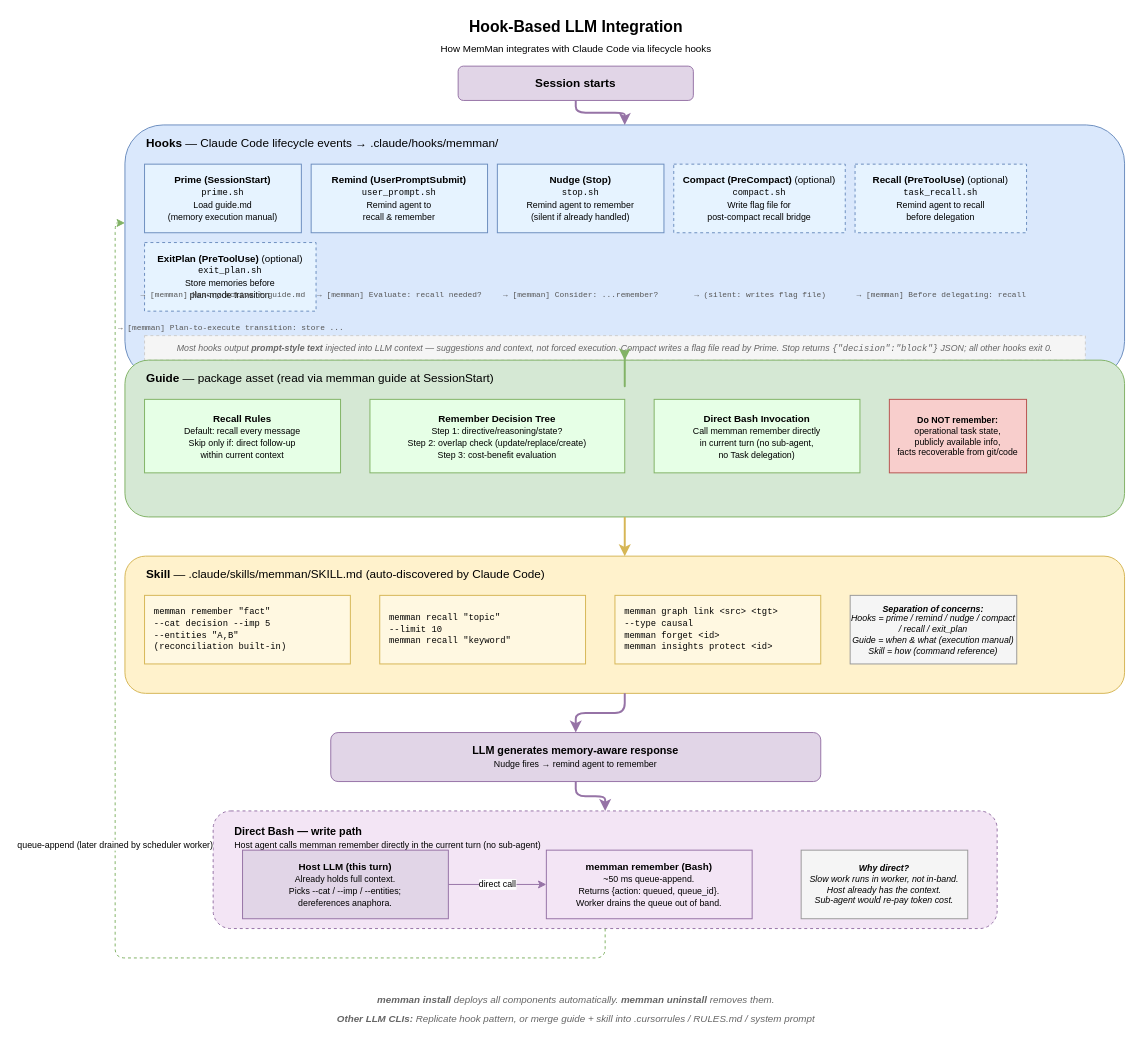
Earlier version of the draw.io diagram docs/diagrams/07-three-layer-integration.drawio (bissli/memman). Source tidied: cells renumbered, new cells numbered last; positions are measured from the earlier drawing's top-left corner, leaving out a move shared by most shapes. Both pictures are drawn from the tidied source at 98%, with x=0, y=0 at pixel (115, 17).
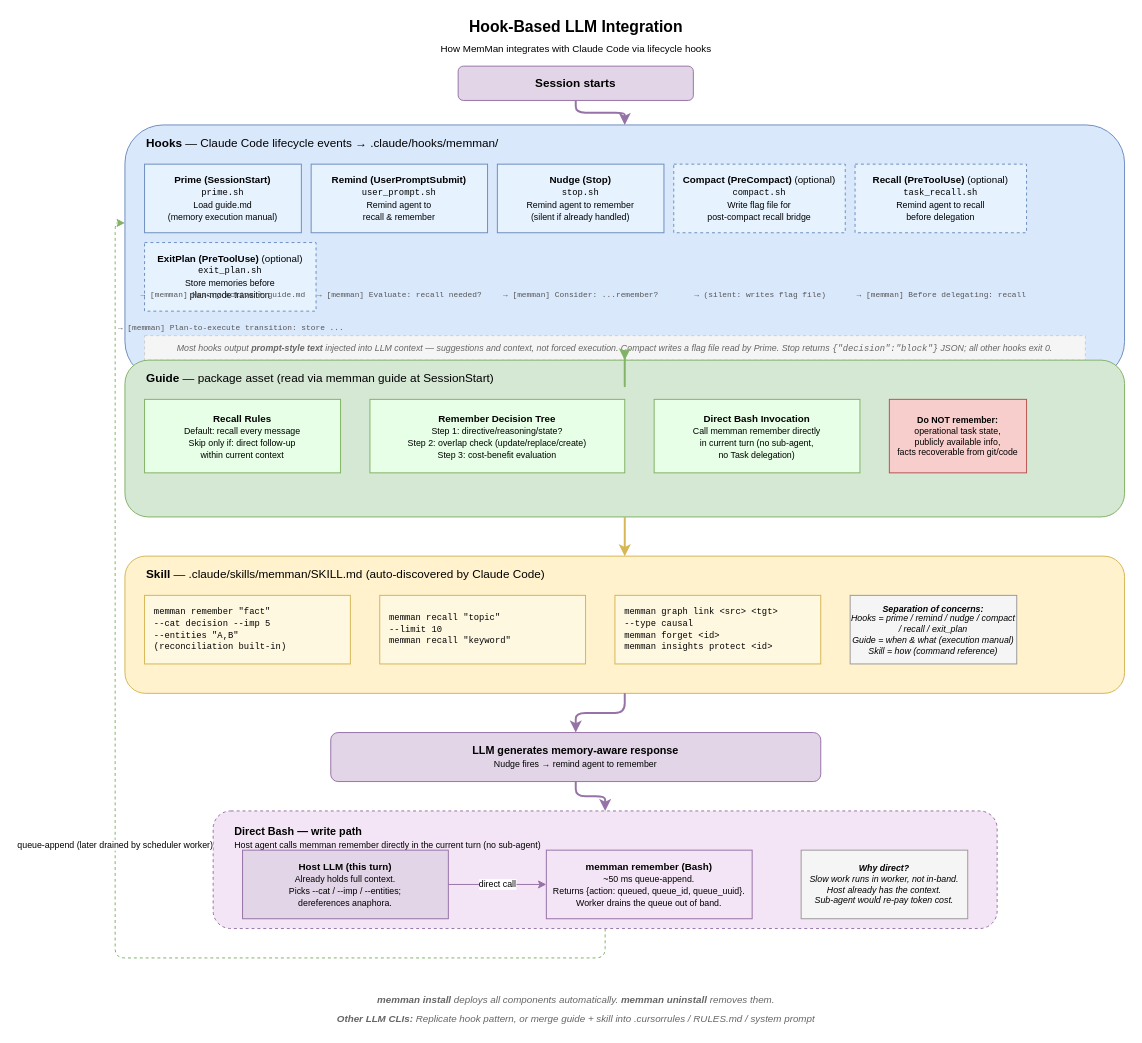
The same diagram, later.

Commit message (it also covers changes not shown here):
docs: record queue_uuid resolution and the --basic ignored-flag list

Diff of the diagram source:
```diff
@@
-    <mxCell id="39" value="&lt;b&gt;memman remember (Bash)&lt;/b&gt;&lt;br&gt;&lt;font style=&quot;font-size:9px&quot;&gt;~50 ms queue-append.&lt;br&gt;Returns {action: queued, queue_id}.&lt;br&gt;Worker drains the queue out of band.&lt;/font&gt;" style="rounded=0;whiteSpace=wrap;html=1;fillColor=#F3E5F5;strokeColor=#9673a6;fontSize=10;" parent="1" vertex="1">
+    <mxCell id="39" value="&lt;b&gt;memman remember (Bash)&lt;/b&gt;&lt;br&gt;&lt;font style=&quot;font-size:9px&quot;&gt;~50 ms queue-append.&lt;br&gt;Returns {action: queued, queue_id, queue_uuid}.&lt;br&gt;Worker drains the queue out of band.&lt;/font&gt;" style="rounded=0;whiteSpace=wrap;html=1;fillColor=#F3E5F5;strokeColor=#9673a6;fontSize=10;" parent="1" vertex="1">
       <mxGeometry x="440" y="850" width="210" height="70" as="geometry" />
     </mxCell>
```
